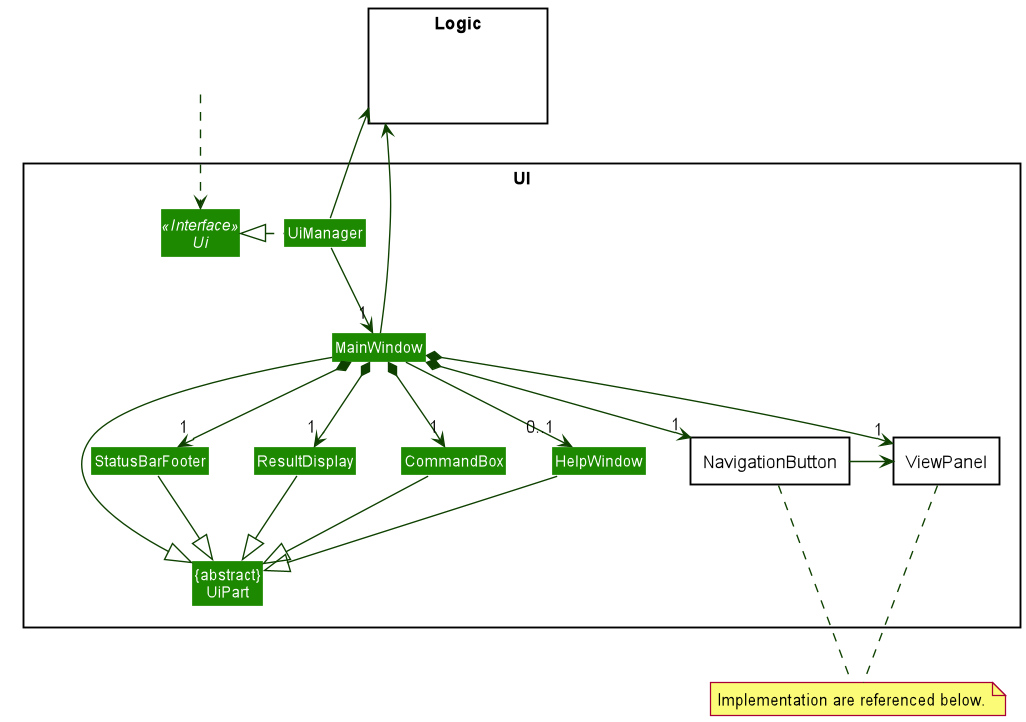
ramapriyan912001/tp keeps this PlantUML diagram as docs/images/UiClassDiagram.png. Above is the earlier version.
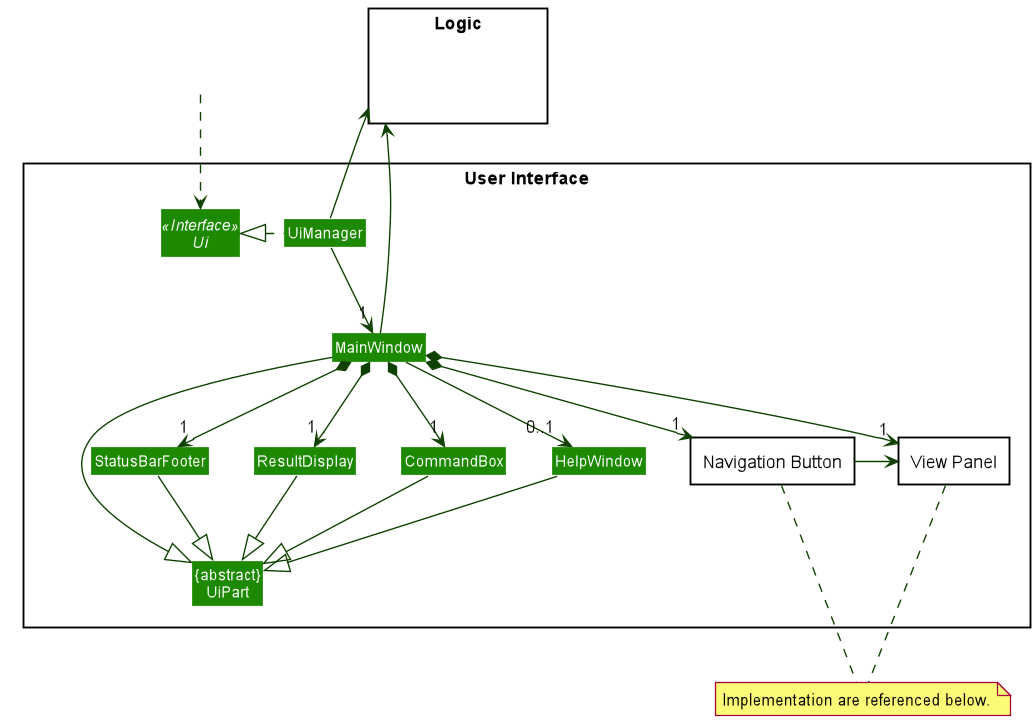
Later version of the same file.

Commit message:
Update class diagram

Diff of the diagram source:
```diff
@@ -4,7 +4,7 @@
 skinparam arrowColor UI_COLOR_T4
 skinparam classBackgroundColor UI_COLOR
 
-package UI <<Rectangle>>{
+package "User Interface" <<Rectangle>>{
 Interface Ui <<Interface>>
 Class "{abstract}\nUiPart" as UiPart
 Class UiManager
@@ -13,9 +13,9 @@
 Class ResultDisplay
 Class StatusBarFooter
 Class CommandBox
-package NavigationButton <<Rectangle>> {
+package "Navigation Button" <<Rectangle>> {
 }
-package ViewPanel <<Rectangle>> {
+package "View Panel" <<Rectangle>> {
 }
 }
 
@@ -31,13 +31,13 @@
 MainWindow *-down->  "1" CommandBox
 MainWindow *-down-> "1" ResultDisplay
 MainWindow *-down-> "1" StatusBarFooter
-MainWindow *-down-> "1" NavigationButton
-MainWindow *-down-> "1" ViewPanel
+MainWindow *-down-> "1" "Navigation Button"
+MainWindow *-down-> "1" "View Panel"
 MainWindow --> "0..1" HelpWindow
 
 MainWindow -left-|> UiPart
 
-NavigationButton -left-> ViewPanel
+"Navigation Button" -left-> "View Panel"
 
 ResultDisplay --|> UiPart
 CommandBox --|> UiPart
@@ -49,8 +49,8 @@
 
 
 note "Implementation are referenced below." as N1
-NavigationButton ... N1
-ViewPanel ... N1
+"Navigation Button" ... N1
+"View Panel" ... N1
 
 
 HelpWindow -[hidden]left- CommandBox
```
